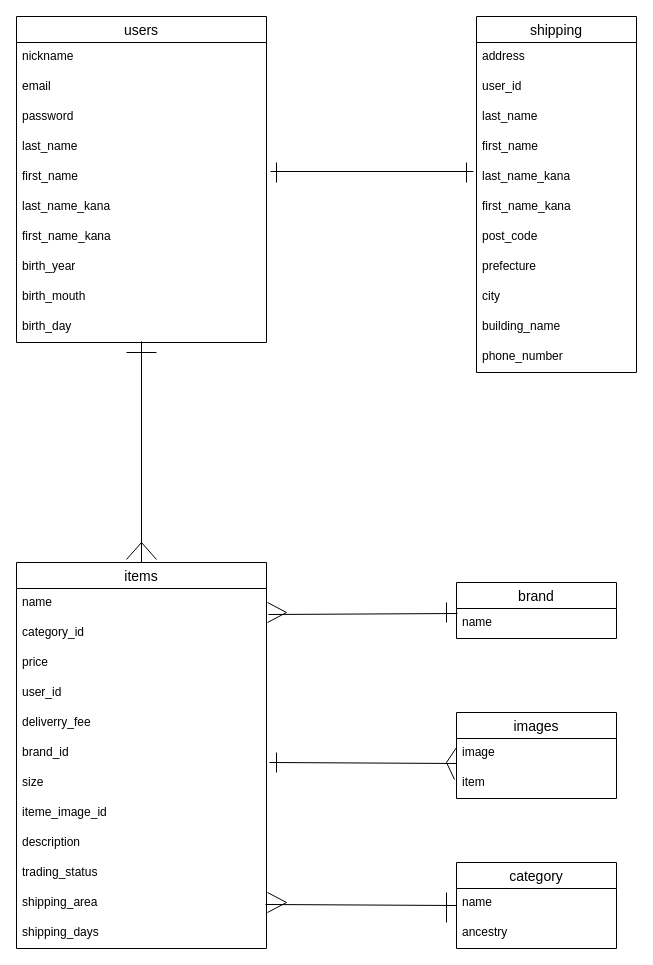
The draw.io diagram Furima.dio in stitch05/furima-31530, before the edit. Source tidied: cells renumbered, new cells numbered last; positions are measured from the earlier drawing's top-left corner, leaving out a move shared by most shapes. Both pictures are drawn from the tidied source at 100%, with x=0, y=0 at pixel (16, 16).
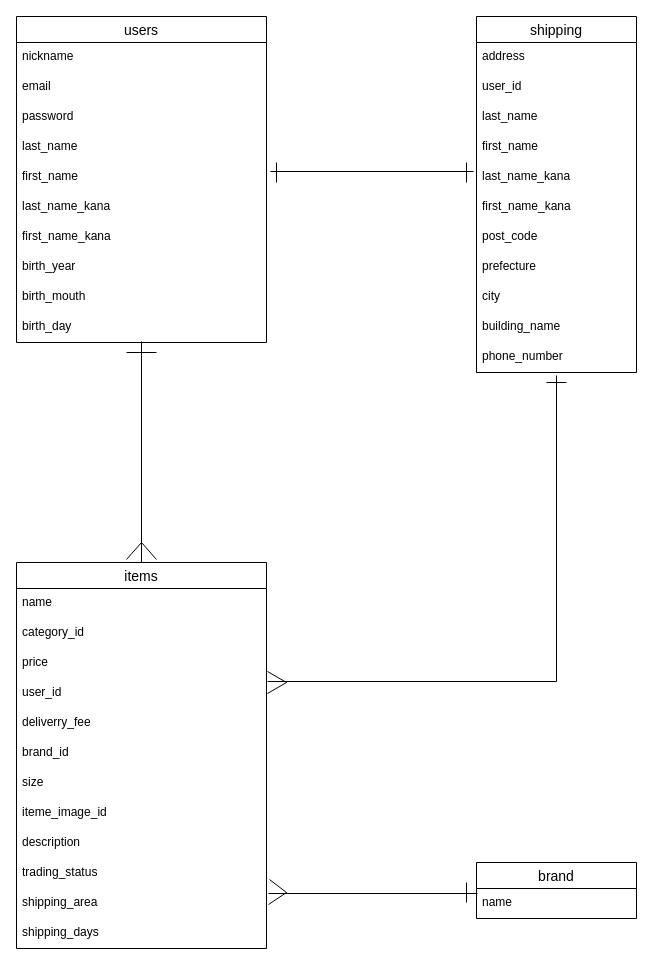
The same page after the edit.

The change refers to these unchanged cells:
```xml
<mxCell id="13" value="items" style="swimlane;fontStyle=0;horizontal=1;startSize=26;align=center;fontSize=14;" parent="1" vertex="1">
  <mxGeometry y="546" width="250" height="386" as="geometry" />
</mxCell>
<mxCell id="15" value="category_id&#10;" style="text;strokeColor=none;fillColor=none;spacingLeft=4;spacingRight=4;overflow=hidden;points=[[0,0.5],[1,0.5]];portConstraint=eastwest;fontSize=12;" parent="13" vertex="1">
  <mxGeometry y="56" width="250" height="30" as="geometry" />
</mxCell>
<mxCell id="16" value="price&#10;" style="text;strokeColor=none;fillColor=none;spacingLeft=4;spacingRight=4;overflow=hidden;points=[[0,0.5],[1,0.5]];portConstraint=eastwest;fontSize=12;" parent="13" vertex="1">
  <mxGeometry y="86" width="250" height="30" as="geometry" />
</mxCell>
<mxCell id="17" value="user_id&#10;" style="text;strokeColor=none;fillColor=none;spacingLeft=4;spacingRight=4;overflow=hidden;points=[[0,0.5],[1,0.5]];portConstraint=eastwest;fontSize=12;" parent="13" vertex="1">
  <mxGeometry y="116" width="250" height="30" as="geometry" />
</mxCell>
<mxCell id="19" value="brand_id" style="text;strokeColor=none;fillColor=none;spacingLeft=4;spacingRight=4;overflow=hidden;points=[[0,0.5],[1,0.5]];portConstraint=eastwest;fontSize=12;" parent="13" vertex="1">
  <mxGeometry y="176" width="250" height="30" as="geometry" />
</mxCell>
<mxCell id="23" value="trading_status " style="text;strokeColor=none;fillColor=none;spacingLeft=4;spacingRight=4;overflow=hidden;points=[[0,0.5],[1,0.5]];portConstraint=eastwest;fontSize=12;" parent="13" vertex="1">
  <mxGeometry y="296" width="250" height="30" as="geometry" />
</mxCell>
<mxCell id="24" value="shipping_area" style="text;strokeColor=none;fillColor=none;spacingLeft=4;spacingRight=4;overflow=hidden;points=[[0,0.5],[1,0.5]];portConstraint=eastwest;fontSize=12;" parent="13" vertex="1">
  <mxGeometry y="326" width="250" height="30" as="geometry" />
</mxCell>
<mxCell id="44" value="name&#10;" style="text;strokeColor=none;fillColor=none;spacingLeft=4;spacingRight=4;overflow=hidden;points=[[0,0.5],[1,0.5]];portConstraint=eastwest;fontSize=12;" parent="43" vertex="1">
  <mxGeometry y="26" width="160" height="30" as="geometry" />
</mxCell>
```

What changed in the source:
```diff
@@
-    <mxCell id="26" style="endArrow=none;html=1;rounded=0;" parent="13" edge="1">
-      <mxGeometry relative="1" as="geometry">
-        <mxPoint x="251" y="40" as="sourcePoint" />
-        <mxPoint x="251" y="60" as="targetPoint" />
-        <Array as="points">
-          <mxPoint x="270" y="50" />
-        </Array>
-      </mxGeometry>
-    </mxCell>
-    <mxCell id="27" style="endArrow=none;html=1;rounded=0;" parent="13" edge="1">
-      <mxGeometry relative="1" as="geometry">
-        <mxPoint x="251" y="330" as="sourcePoint" />
-        <mxPoint x="251" y="350" as="targetPoint" />
-        <Array as="points">
-          <mxPoint x="270" y="340" />
-        </Array>
-      </mxGeometry>
-    </mxCell>
+    <mxCell id="61" style="endArrow=none;html=1;rounded=0;exitX=1.012;exitY=0.7;exitDx=0;exitDy=0;exitPerimeter=0;" parent="13" edge="1" source="23">
+      <mxGeometry relative="1" as="geometry">
+        <mxPoint x="252" y="342" as="targetPoint" />
+        <Array as="points">
+          <mxPoint x="270" y="330" />
+        </Array>
+      </mxGeometry>
+    </mxCell>
+    <mxCell id="62" style="endArrow=none;html=1;rounded=0;exitX=1.004;exitY=0.767;exitDx=0;exitDy=0;exitPerimeter=0;entryX=1.004;entryY=0.5;entryDx=0;entryDy=0;entryPerimeter=0;" parent="13" edge="1" source="16" target="17">
+      <mxGeometry relative="1" as="geometry">
+        <Array as="points">
+          <mxPoint x="270" y="120" />
+        </Array>
+      </mxGeometry>
+    </mxCell>
@@
-    <mxCell id="40" value="category" style="swimlane;fontStyle=0;horizontal=1;startSize=26;align=center;fontSize=14;" parent="1" vertex="1">
-      <mxGeometry x="440" y="846" width="160" height="86" as="geometry" />
-    </mxCell>
-    <mxCell id="41" value="name" style="text;strokeColor=none;fillColor=none;spacingLeft=4;spacingRight=4;overflow=hidden;points=[[0,0.5],[1,0.5]];portConstraint=eastwest;fontSize=12;" parent="40" vertex="1">
-      <mxGeometry y="26" width="160" height="30" as="geometry" />
-    </mxCell>
-    <mxCell id="42" value=" ancestry" style="text;strokeColor=none;fillColor=none;spacingLeft=4;spacingRight=4;overflow=hidden;fontSize=12;" parent="40" vertex="1">
-      <mxGeometry y="56" width="160" height="30" as="geometry" />
-    </mxCell>
     <mxCell id="43" value="brand" style="swimlane;fontStyle=0;horizontal=1;startSize=26;align=center;fontSize=14;" parent="1" vertex="1">
-      <mxGeometry x="440" y="566" width="160" height="56" as="geometry" />
+      <mxGeometry x="460" y="846" width="160" height="56" as="geometry" />
     </mxCell>
@@
-    <mxCell id="45" value="images" style="swimlane;fontStyle=0;horizontal=1;startSize=26;align=center;fontSize=14;" parent="1" vertex="1">
-      <mxGeometry x="440" y="696" width="160" height="86" as="geometry" />
-    </mxCell>
-    <mxCell id="46" value="image" style="text;strokeColor=none;fillColor=none;spacingLeft=4;spacingRight=4;overflow=hidden;points=[[0,0.5],[1,0.5]];portConstraint=eastwest;fontSize=12;" parent="45" vertex="1">
-      <mxGeometry y="26" width="160" height="30" as="geometry" />
-    </mxCell>
-    <mxCell id="47" value="item&#10;" style="text;strokeColor=none;fillColor=none;spacingLeft=4;spacingRight=4;overflow=hidden;fontSize=12;" parent="45" vertex="1">
-      <mxGeometry y="56" width="160" height="30" as="geometry" />
-    </mxCell>
-    <mxCell id="48" style="endArrow=none;html=1;rounded=0;" parent="45" edge="1">
-      <mxGeometry relative="1" as="geometry">
-        <mxPoint y="35" as="sourcePoint" />
-        <mxPoint x="-2" y="67" as="targetPoint" />
-        <Array as="points">
-          <mxPoint x="-10" y="50" />
-        </Array>
-      </mxGeometry>
-    </mxCell>
@@
-    <mxCell id="52" style="endArrow=none;html=1;rounded=0;entryX=0.006;entryY=0.167;entryDx=0;entryDy=0;entryPerimeter=0;exitX=1.008;exitY=-0.133;exitDx=0;exitDy=0;exitPerimeter=0;" parent="1" edge="1" source="15" target="44">
+    <mxCell id="52" style="endArrow=none;html=1;rounded=0;entryX=0.006;entryY=0.167;entryDx=0;entryDy=0;entryPerimeter=0;exitX=1.008;exitY=0.167;exitDx=0;exitDy=0;exitPerimeter=0;" parent="1" edge="1" source="24" target="44">
       <mxGeometry relative="1" as="geometry" />
     </mxCell>
-    <mxCell id="53" style="endArrow=none;html=1;rounded=0;exitX=1.012;exitY=0.8;exitDx=0;exitDy=0;exitPerimeter=0;entryX=0;entryY=0.833;entryDx=0;entryDy=0;entryPerimeter=0;" parent="1" edge="1" source="19" target="46">
-      <mxGeometry relative="1" as="geometry" />
-    </mxCell>
-    <mxCell id="54" style="endArrow=none;html=1;rounded=0;entryX=0;entryY=0.567;entryDx=0;entryDy=0;entryPerimeter=0;exitX=0.996;exitY=0.533;exitDx=0;exitDy=0;exitPerimeter=0;" parent="1" edge="1" source="24" target="41">
-      <mxGeometry relative="1" as="geometry" />
-    </mxCell>
-    <mxCell id="55" style="endArrow=none;html=1;rounded=0;" parent="1" edge="1">
-      <mxGeometry relative="1" as="geometry">
-        <mxPoint x="260" y="736" as="sourcePoint" />
-        <mxPoint x="260" y="756" as="targetPoint" />
-      </mxGeometry>
-    </mxCell>
-    <mxCell id="56" style="endArrow=none;html=1;rounded=0;" parent="1" edge="1">
-      <mxGeometry relative="1" as="geometry">
-        <mxPoint x="430" y="586" as="sourcePoint" />
-        <mxPoint x="430" y="606" as="targetPoint" />
-      </mxGeometry>
-    </mxCell>
-    <mxCell id="57" style="endArrow=none;html=1;rounded=0;" parent="1" edge="1">
-      <mxGeometry relative="1" as="geometry">
-        <mxPoint x="430" y="906" as="sourcePoint" />
-        <mxPoint x="430" y="876" as="targetPoint" />
-      </mxGeometry>
-    </mxCell>
@@
+    <mxCell id="63" style="endArrow=none;html=1;rounded=0;" parent="1" edge="1">
+      <mxGeometry relative="1" as="geometry">
+        <mxPoint x="450" y="886" as="sourcePoint" />
+        <mxPoint x="450" y="866" as="targetPoint" />
+      </mxGeometry>
+    </mxCell>
+    <mxCell id="64" style="endArrow=none;html=1;rounded=0;exitX=1.004;exitY=0.1;exitDx=0;exitDy=0;exitPerimeter=0;" parent="1" edge="1" source="17">
+      <mxGeometry relative="1" as="geometry">
+        <mxPoint x="540" y="359" as="targetPoint" />
+        <Array as="points">
+          <mxPoint x="540" y="665" />
+        </Array>
+      </mxGeometry>
+    </mxCell>
+    <mxCell id="65" style="endArrow=none;html=1;rounded=0;" parent="1" edge="1">
+      <mxGeometry relative="1" as="geometry">
+        <mxPoint x="530" y="366" as="sourcePoint" />
+        <mxPoint x="550" y="366" as="targetPoint" />
+      </mxGeometry>
+    </mxCell>
```
